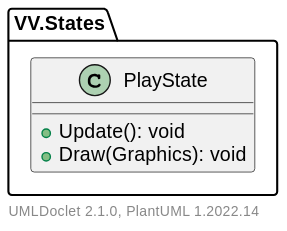
This is docs/VV/States/package.svg from vieruuuu/valentin-vulture, a PlantUML export, as it was before one commit.
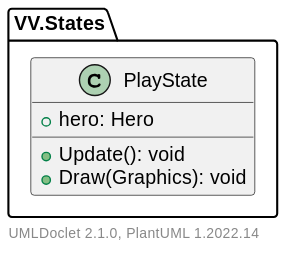
Above is the later version.

Change to the diagram source:
```diff
@@ -2,6 +2,7 @@
     namespace VV.States {
 
         class PlayState [[PlayState.html]] {
+            +hero: Hero
             +Update(): void
             +Draw(Graphics): void
         }
```
